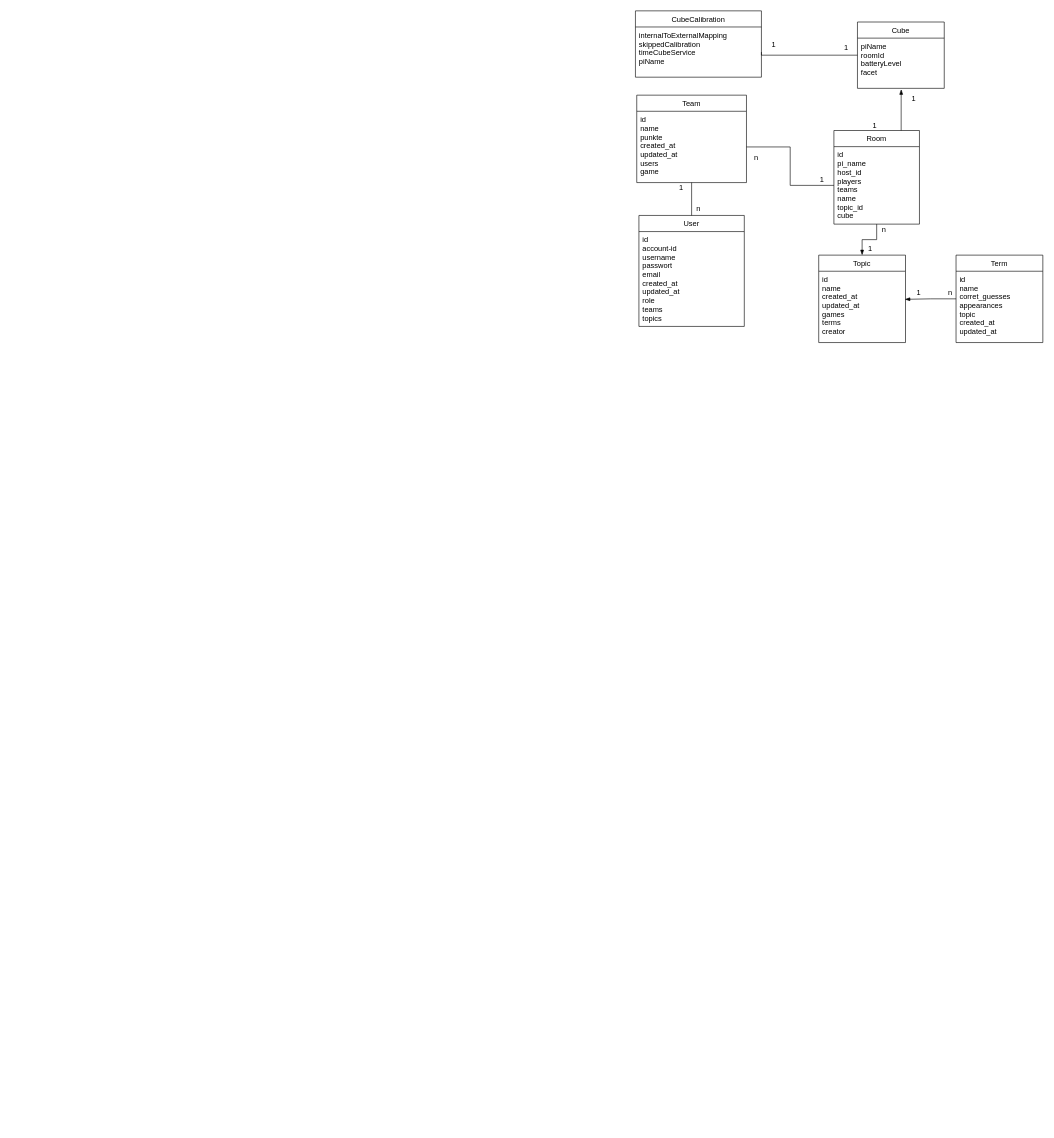
Earlier version of the draw.io diagram documentation/diagrams/class_diagram.drawio (BeyerMart/softwareEngineeringClass-timeGuessGame). Source tidied: cells renumbered, new cells numbered last; positions are measured from the earlier drawing's top-left corner, leaving out a move shared by most shapes. Both pictures are drawn from the tidied source at 62%, with x=0, y=0 at pixel (635, 11).
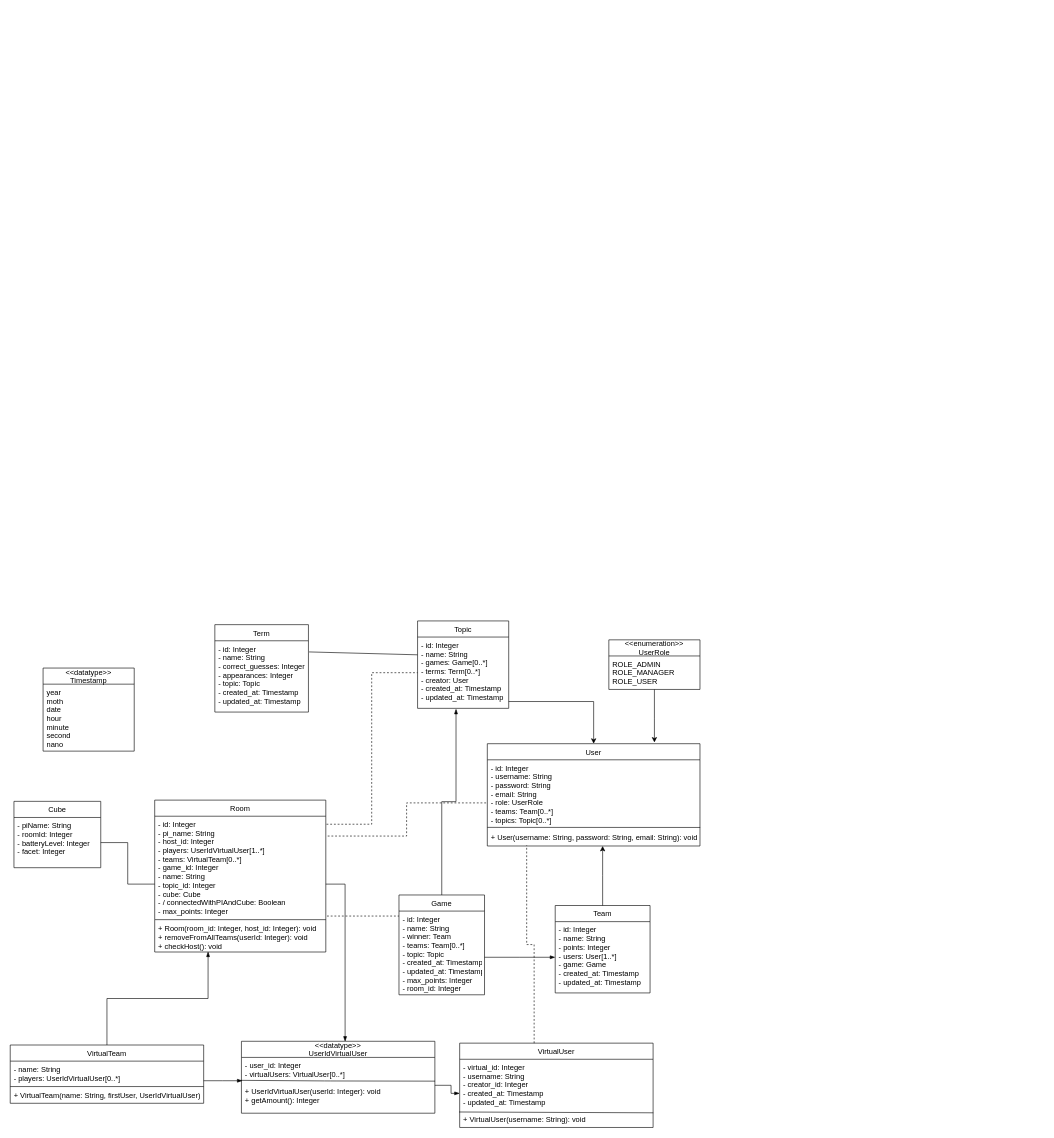
Above is the later version.

Commit message (it also covers changes not shown here):
Update concept class diagram

Diff of the diagram source:
```diff
@@
     <mxCell id="2" value="Team" style="swimlane;fontStyle=0;horizontal=1;startSize=26;fillColor=none;" parent="1" vertex="1">
-      <mxGeometry x="2.5" y="136" width="177" height="141" as="geometry" />
+      <mxGeometry x="-129" y="1443" width="153" height="141" as="geometry" />
     </mxCell>
-    <mxCell id="3" value="id&#10;name&#10;punkte&#10;created_at&#10;updated_at&#10;users&#10;game&#10;" style="text;strokeColor=none;fillColor=none;align=left;verticalAlign=top;spacingLeft=4;spacingRight=4;overflow=hidden;points=[[0,0.5],[1,0.5]];portConstraint=eastwest;" parent="2" vertex="1">
-      <mxGeometry y="26" width="177" height="115" as="geometry" />
+    <mxCell id="3" value="- id: Integer&#10;- name: String&#10;- points: Integer&#10;- users: User[1..*]&#10;- game: Game&#10;- created_at: Timestamp&#10;- updated_at: Timestamp&#10;" style="text;strokeColor=none;fillColor=none;align=left;verticalAlign=top;spacingLeft=4;spacingRight=4;overflow=hidden;points=[[0,0.5],[1,0.5]];portConstraint=eastwest;" parent="2" vertex="1">
+      <mxGeometry y="26" width="153" height="115" as="geometry" />
     </mxCell>
-    <mxCell id="4" style="edgeStyle=orthogonalEdgeStyle;rounded=0;jettySize=auto;html=1;entryX=0.5;entryY=1;entryDx=0;entryDy=0;entryPerimeter=0;endArrow=none;endFill=0;" parent="1" edge="1" source="5" target="3">
-      <mxGeometry relative="1" as="geometry" />
-    </mxCell>
     <mxCell id="5" value="User" style="swimlane;fontStyle=0;horizontal=1;startSize=26;fillColor=none;" parent="1" vertex="1">
-      <mxGeometry x="6" y="330" width="170" height="179" as="geometry" />
+      <mxGeometry x="-238.5" y="1182" width="343" height="165" as="geometry" />
     </mxCell>
-    <mxCell id="6" value="id&#10;account-id&#10;username&#10;passwort&#10;email&#10;created_at&#10;updated_at&#10;role&#10;teams&#10;topics&#10;&#10;&#10;&#10;" style="text;strokeColor=none;fillColor=none;align=left;verticalAlign=top;spacingLeft=4;spacingRight=4;overflow=hidden;points=[[0,0.5],[1,0.5]];portConstraint=eastwest;" parent="5" vertex="1">
-      <mxGeometry y="26" width="170" height="153" as="geometry" />
+    <mxCell id="6" value="- id: Integer&#10;- username: String&#10;- password: String&#10;- email: String&#10;- role: UserRole&#10;- teams: Team[0..*]&#10;- topics: Topic[0..*]&#10;&#10;+ User(username: String, password: String, email: String): void" style="text;strokeColor=none;fillColor=none;align=left;verticalAlign=top;spacingLeft=4;spacingRight=4;overflow=hidden;points=[[0,0.5],[1,0.5]];portConstraint=eastwest;" parent="5" vertex="1">
+      <mxGeometry y="26" width="343" height="139" as="geometry" />
     </mxCell>
-    <mxCell id="7" style="edgeStyle=orthogonalEdgeStyle;rounded=0;jettySize=auto;html=1;entryX=0.504;entryY=1.02;entryDx=0;entryDy=0;entryPerimeter=0;endArrow=blockThin;endFill=1;" parent="1" edge="1" source="9" target="15">
-      <mxGeometry relative="1" as="geometry">
-        <Array as="points">
-          <mxPoint x="429" y="142" />
-          <mxPoint x="429" y="142" />
-        </Array>
-      </mxGeometry>
-    </mxCell>
-    <mxCell id="8" style="edgeStyle=orthogonalEdgeStyle;rounded=0;jettySize=auto;html=1;entryX=0.5;entryY=0;entryDx=0;entryDy=0;endArrow=blockThin;endFill=1;" parent="1" edge="1" source="9" target="11">
-      <mxGeometry relative="1" as="geometry" />
-    </mxCell>
+    <mxCell id="34" style="endArrow=none;html=1;exitX=0.002;exitY=0.693;exitDx=0;exitDy=0;exitPerimeter=0;entryX=1.001;entryY=0.785;entryDx=0;entryDy=0;entryPerimeter=0;" parent="5" edge="1" target="6">
+      <mxGeometry relative="1" as="geometry">
+        <mxPoint y="135" as="sourcePoint" />
+      </mxGeometry>
+    </mxCell>
     <mxCell id="9" value="Room" style="swimlane;fontStyle=0;horizontal=1;startSize=26;fillColor=none;" parent="1" vertex="1">
-      <mxGeometry x="320.5" y="193" width="138" height="151" as="geometry" />
+      <mxGeometry x="-775" y="1273" width="276" height="245" as="geometry" />
     </mxCell>
-    <mxCell id="10" value="id&#10;pi_name&#10;host_id&#10;players&#10;teams&#10;name&#10;topic_id&#10;cube&#10;" style="text;strokeColor=none;fillColor=none;align=left;verticalAlign=top;spacingLeft=4;spacingRight=4;overflow=hidden;points=[[0,0.5],[1,0.5]];portConstraint=eastwest;" parent="9" vertex="1">
-      <mxGeometry y="26" width="138" height="125" as="geometry" />
+    <mxCell id="10" value="- id: Integer&#10;- pi_name: String&#10;- host_id: Integer&#10;- players: UserIdVirtualUser[1..*]&#10;- teams: VirtualTeam[0..*]&#10;- game_id: Integer&#10;- name: String&#10;- topic_id: Integer&#10;- cube: Cube&#10;- / connectedWithPIAndCube: Boolean&#10;- max_points: Integer&#10;&#10;+ Room(room_id: Integer, host_id: Integer): void&#10;+ removeFromAllTeams(userId: Integer): void&#10;+ checkHost(): void&#10;&#10;" style="text;strokeColor=none;fillColor=none;align=left;verticalAlign=top;spacingLeft=4;spacingRight=4;overflow=hidden;points=[[0,0.5],[1,0.5]];portConstraint=eastwest;" parent="9" vertex="1">
+      <mxGeometry y="26" width="276" height="219" as="geometry" />
     </mxCell>
+    <mxCell id="35" style="endArrow=none;html=1;exitX=0.002;exitY=0.693;exitDx=0;exitDy=0;exitPerimeter=0;entryX=1;entryY=0.693;entryDx=0;entryDy=0;entryPerimeter=0;" parent="9" edge="1">
+      <mxGeometry relative="1" as="geometry">
+        <mxPoint x="0.6" y="192.8" as="sourcePoint" />
+        <mxPoint x="276" y="192.8" as="targetPoint" />
+      </mxGeometry>
+    </mxCell>
     <mxCell id="11" value="Topic" style="swimlane;fontStyle=0;horizontal=1;startSize=26;fillColor=none;" parent="1" vertex="1">
-      <mxGeometry x="296" y="394" width="140" height="141" as="geometry" />
+      <mxGeometry x="-351" y="984" width="147" height="141" as="geometry" />
     </mxCell>
-    <mxCell id="12" value="id&#10;name&#10;created_at&#10;updated_at&#10;games&#10;terms&#10;creator&#10;" style="text;strokeColor=none;fillColor=none;align=left;verticalAlign=top;spacingLeft=4;spacingRight=4;overflow=hidden;points=[[0,0.5],[1,0.5]];portConstraint=eastwest;" parent="11" vertex="1">
-      <mxGeometry y="26" width="140" height="115" as="geometry" />
+    <mxCell id="12" value="- id: Integer&#10;- name: String&#10;- games: Game[0..*]&#10;- terms: Term[0..*]&#10;- creator: User&#10;- created_at: Timestamp&#10;- updated_at: Timestamp&#10;" style="text;strokeColor=none;fillColor=none;align=left;verticalAlign=top;spacingLeft=4;spacingRight=4;overflow=hidden;points=[[0,0.5],[1,0.5]];portConstraint=eastwest;" parent="11" vertex="1">
+      <mxGeometry y="26" width="147" height="115" as="geometry" />
     </mxCell>
-    <mxCell id="13" style="edgeStyle=orthogonalEdgeStyle;rounded=0;jettySize=auto;html=1;entryX=1;entryY=0.5;entryDx=0;entryDy=0;endArrow=none;endFill=0;" parent="1" edge="1" source="14" target="20">
-      <mxGeometry relative="1" as="geometry">
-        <Array as="points">
-          <mxPoint x="204" y="72" />
-        </Array>
-      </mxGeometry>
-    </mxCell>
     <mxCell id="14" value="Cube" style="swimlane;fontStyle=0;horizontal=1;startSize=26;fillColor=none;" parent="1" vertex="1">
-      <mxGeometry x="358.5" y="18" width="140" height="107" as="geometry" />
+      <mxGeometry x="-1002" y="1275" width="140" height="107" as="geometry" />
     </mxCell>
-    <mxCell id="15" value="piName&#10;roomId&#10;batteryLevel&#10;facet&#10;&#10;" style="text;strokeColor=none;fillColor=none;align=left;verticalAlign=top;spacingLeft=4;spacingRight=4;overflow=hidden;points=[[0,0.5],[1,0.5]];portConstraint=eastwest;" parent="14" vertex="1">
+    <mxCell id="15" value="- piName: String&#10;- roomId: Integer&#10;- batteryLevel: Integer&#10;- facet: Integer&#10;" style="text;strokeColor=none;fillColor=none;align=left;verticalAlign=top;spacingLeft=4;spacingRight=4;overflow=hidden;points=[[0,0.5],[1,0.5]];portConstraint=eastwest;" parent="14" vertex="1">
       <mxGeometry y="26" width="140" height="81" as="geometry" />
     </mxCell>
-    <mxCell id="16" style="edgeStyle=orthogonalEdgeStyle;rounded=0;jettySize=auto;html=1;entryX=0.993;entryY=0.394;entryDx=0;entryDy=0;entryPerimeter=0;endArrow=blockThin;endFill=1;" parent="1" edge="1" source="17" target="12">
-      <mxGeometry relative="1" as="geometry" />
-    </mxCell>
     <mxCell id="17" value="Term" style="swimlane;fontStyle=0;horizontal=1;startSize=26;fillColor=none;" parent="1" vertex="1">
-      <mxGeometry x="517.5" y="394" width="140" height="141" as="geometry" />
+      <mxGeometry x="-678" y="990" width="151" height="141" as="geometry" />
     </mxCell>
-    <mxCell id="18" value="id&#10;name&#10;corret_guesses&#10;appearances&#10;topic&#10;created_at&#10;updated_at" style="text;strokeColor=none;fillColor=none;align=left;verticalAlign=top;spacingLeft=4;spacingRight=4;overflow=hidden;" parent="17" vertex="1">
-      <mxGeometry y="26" width="140" height="115" as="geometry" />
+    <mxCell id="18" value="- id: Integer&#10;- name: String&#10;- correct_guesses: Integer&#10;- appearances: Integer&#10;- topic: Topic&#10;- created_at: Timestamp&#10;- updated_at: Timestamp" style="text;strokeColor=none;fillColor=none;align=left;verticalAlign=top;spacingLeft=4;spacingRight=4;overflow=hidden;" parent="17" vertex="1">
+      <mxGeometry y="26" width="151" height="115" as="geometry" />
     </mxCell>
-    <mxCell id="19" value="CubeCalibration" style="swimlane;fontStyle=0;horizontal=1;startSize=26;fillColor=none;" parent="1" vertex="1">
-      <mxGeometry x="0.4" width="203.2" height="107" as="geometry" />
-    </mxCell>
-    <mxCell id="20" value="internalToExternalMapping&#10;skippedCalibration&#10;timeCubeService&#10;piName" style="text;strokeColor=none;fillColor=none;align=left;verticalAlign=top;spacingLeft=4;spacingRight=4;overflow=hidden;points=[[0,0.5],[1,0.5]];portConstraint=eastwest;" parent="19" vertex="1">
-      <mxGeometry y="26" width="203.2" height="81" as="geometry" />
-    </mxCell>
-    <mxCell id="21" value="n" style="text;html=1;align=center;verticalAlign=middle;" parent="1" vertex="1">
-      <mxGeometry x="92" y="310" width="20" height="20" as="geometry" />
-    </mxCell>
-    <mxCell id="22" value="1" style="text;html=1;align=center;verticalAlign=middle;" parent="1" vertex="1">
-      <mxGeometry x="446.5" y="444" width="20" height="20" as="geometry" />
-    </mxCell>
-    <mxCell id="23" value="n" style="text;html=1;align=center;verticalAlign=middle;" parent="1" vertex="1">
-      <mxGeometry x="497.5" y="444" width="20" height="20" as="geometry" />
-    </mxCell>
-    <mxCell id="24" value="1" style="text;html=1;align=center;verticalAlign=middle;" parent="1" vertex="1">
-      <mxGeometry x="438.5" y="132" width="20" height="20" as="geometry" />
-    </mxCell>
-    <mxCell id="25" value="1" style="text;html=1;align=center;verticalAlign=middle;" parent="1" vertex="1">
-      <mxGeometry x="376" y="175" width="20" height="20" as="geometry" />
-    </mxCell>
-    <mxCell id="26" value="n" style="text;html=1;align=center;verticalAlign=middle;" parent="1" vertex="1">
-      <mxGeometry x="392" y="344" width="17" height="18" as="geometry" />
-    </mxCell>
-    <mxCell id="27" value="1" style="text;html=1;align=center;verticalAlign=middle;" parent="1" vertex="1">
-      <mxGeometry x="330" y="49" width="20" height="20" as="geometry" />
-    </mxCell>
-    <mxCell id="28" value="1" style="text;html=1;align=center;verticalAlign=middle;" parent="1" vertex="1">
-      <mxGeometry x="213" y="43.5" width="20" height="20" as="geometry" />
-    </mxCell>
-    <mxCell id="29" value="1" style="text;html=1;align=center;verticalAlign=middle;" parent="1" vertex="1">
-      <mxGeometry x="64" y="275" width="20" height="20" as="geometry" />
-    </mxCell>
-    <mxCell id="30" style="edgeStyle=orthogonalEdgeStyle;rounded=0;jettySize=auto;html=1;entryX=0;entryY=0.5;entryDx=0;entryDy=0;startArrow=none;startFill=0;endArrow=none;endFill=0;" parent="1" edge="1" source="3" target="10">
-      <mxGeometry relative="1" as="geometry" />
-    </mxCell>
-    <mxCell id="31" value="n" style="text;html=1;align=center;verticalAlign=middle;" parent="1" vertex="1">
-      <mxGeometry x="185" y="227" width="20" height="20" as="geometry" />
-    </mxCell>
-    <mxCell id="32" value="1" style="text;html=1;align=center;verticalAlign=middle;" parent="1" vertex="1">
-      <mxGeometry x="291" y="263" width="20" height="20" as="geometry" />
-    </mxCell>
-    <mxCell id="33" value="1" style="text;html=1;align=center;verticalAlign=middle;" parent="1" vertex="1">
-      <mxGeometry x="369" y="374" width="20" height="20" as="geometry" />
-    </mxCell>
+    <mxCell id="36" style="edgeStyle=orthogonalEdgeStyle;rounded=0;jettySize=auto;html=1;entryX=0.422;entryY=1.007;entryDx=0;entryDy=0;entryPerimeter=0;endArrow=blockThin;endFill=1;" parent="1" edge="1" source="37" target="12">
+      <mxGeometry relative="1" as="geometry" />
+    </mxCell>
+    <mxCell id="37" value="Game" style="swimlane;fontStyle=0;horizontal=1;startSize=26;fillColor=none;" parent="1" vertex="1">
+      <mxGeometry x="-381" y="1426" width="138" height="161" as="geometry" />
+    </mxCell>
+    <mxCell id="38" value="- id: Integer&#10;- name: String&#10;- winner: Team&#10;- teams: Team[0..*]&#10;- topic: Topic&#10;- created_at: Timestamp&#10;- updated_at: Timestamp&#10;- max_points: Integer&#10;- room_id: Integer" style="text;strokeColor=none;fillColor=none;align=left;verticalAlign=top;spacingLeft=4;spacingRight=4;overflow=hidden;points=[[0,0.5],[1,0.5]];portConstraint=eastwest;" parent="37" vertex="1">
+      <mxGeometry y="26" width="138" height="135" as="geometry" />
+    </mxCell>
+    <mxCell id="39" value="&lt;&lt;enumeration&gt;&gt;&#10;UserRole" style="swimlane;fontStyle=0;horizontal=1;startSize=26;fillColor=none;" parent="1" vertex="1">
+      <mxGeometry x="-42.5" y="1014.5" width="147" height="80" as="geometry" />
+    </mxCell>
+    <mxCell id="40" value="ROLE_ADMIN&#10;ROLE_MANAGER&#10;ROLE_USER" style="text;strokeColor=none;fillColor=none;align=left;verticalAlign=top;spacingLeft=4;spacingRight=4;overflow=hidden;points=[[0,0.5],[1,0.5]];portConstraint=eastwest;" parent="39" vertex="1">
+      <mxGeometry y="26" width="147" height="54" as="geometry" />
+    </mxCell>
+    <mxCell id="41" style="edgeStyle=orthogonalEdgeStyle;rounded=0;jettySize=auto;html=1;" parent="1" edge="1" source="40">
+      <mxGeometry relative="1" as="geometry">
+        <mxPoint x="31" y="1180" as="targetPoint" />
+        <Array as="points">
+          <mxPoint x="31" y="1142" />
+          <mxPoint x="31" y="1142" />
+        </Array>
+      </mxGeometry>
+    </mxCell>
+    <mxCell id="42" value="&lt;&lt;datatype&gt;&gt;&#10;Timestamp" style="swimlane;fontStyle=0;horizontal=1;startSize=26;fillColor=none;" parent="1" vertex="1">
+      <mxGeometry x="-955" y="1060" width="147" height="134" as="geometry" />
+    </mxCell>
+    <mxCell id="43" value="year&#10;moth&#10;date&#10;hour&#10;minute&#10;second&#10;nano" style="text;strokeColor=none;fillColor=none;align=left;verticalAlign=top;spacingLeft=4;spacingRight=4;overflow=hidden;" parent="42" vertex="1">
+      <mxGeometry y="26" width="147" height="108" as="geometry" />
+    </mxCell>
+    <mxCell id="44" style="edgeStyle=orthogonalEdgeStyle;rounded=0;jettySize=auto;html=1;entryX=0.312;entryY=0.997;entryDx=0;entryDy=0;entryPerimeter=0;endArrow=blockThin;endFill=1;" parent="1" edge="1" source="45" target="10">
+      <mxGeometry relative="1" as="geometry" />
+    </mxCell>
+    <mxCell id="45" value="VirtualTeam" style="swimlane;fontStyle=0;horizontal=1;startSize=26;fillColor=none;" parent="1" vertex="1">
+      <mxGeometry x="-1008" y="1668" width="312" height="94" as="geometry" />
+    </mxCell>
+    <mxCell id="46" value="- name: String&#10;- players: UserIdVirtualUser[0..*]&#10;&#10;+ VirtualTeam(name: String, firstUser, UserIdVirtualUser)" style="text;strokeColor=none;fillColor=none;align=left;verticalAlign=top;spacingLeft=4;spacingRight=4;overflow=hidden;points=[[0,0.5],[1,0.5]];portConstraint=eastwest;" parent="45" vertex="1">
+      <mxGeometry y="26" width="312" height="68" as="geometry" />
+    </mxCell>
+    <mxCell id="47" style="endArrow=none;html=1;exitX=0;exitY=0.5;exitDx=0;exitDy=0;entryX=1;entryY=0.5;entryDx=0;entryDy=0;" parent="45" edge="1">
+      <mxGeometry relative="1" as="geometry">
+        <mxPoint y="67" as="sourcePoint" />
+        <mxPoint x="312" y="67" as="targetPoint" />
+      </mxGeometry>
+    </mxCell>
+    <mxCell id="48" value="VirtualUser" style="swimlane;fontStyle=0;horizontal=1;startSize=26;fillColor=none;" parent="1" vertex="1">
+      <mxGeometry x="-283.1" y="1665" width="312" height="136" as="geometry" />
+    </mxCell>
+    <mxCell id="49" value="- virtual_id: Integer&#10;- username: String&#10;- creator_id: Integer&#10;- created_at: Timestamp&#10;- updated_at: Timestamp&#10;&#10;+ VirtualUser(username: String): void" style="text;strokeColor=none;fillColor=none;align=left;verticalAlign=top;spacingLeft=4;spacingRight=4;overflow=hidden;points=[[0,0.5],[1,0.5]];portConstraint=eastwest;" parent="48" vertex="1">
+      <mxGeometry y="26" width="312" height="110" as="geometry" />
+    </mxCell>
+    <mxCell id="50" style="endArrow=none;html=1;exitX=-0.003;exitY=0.773;exitDx=0;exitDy=0;exitPerimeter=0;entryX=1.001;entryY=0.785;entryDx=0;entryDy=0;entryPerimeter=0;" parent="48" edge="1" source="49" target="49">
+      <mxGeometry relative="1" as="geometry" />
+    </mxCell>
+    <mxCell id="51" value="&lt;&lt;datatype&gt;&gt;&#10;UserIdVirtualUser" style="swimlane;fontStyle=0;horizontal=1;startSize=26;fillColor=none;" parent="1" vertex="1">
+      <mxGeometry x="-635.1" y="1662" width="312" height="116" as="geometry" />
+    </mxCell>
+    <mxCell id="52" style="endArrow=none;html=1;exitX=-0.003;exitY=0.773;exitDx=0;exitDy=0;exitPerimeter=0;entryX=1.001;entryY=0.785;entryDx=0;entryDy=0;entryPerimeter=0;" parent="51" edge="1">
+      <mxGeometry relative="1" as="geometry">
+        <mxPoint x="-0.9" y="63" as="sourcePoint" />
+        <mxPoint x="312.3" y="64.3" as="targetPoint" />
+        <Array as="points">
+          <mxPoint x="144" y="64" />
+        </Array>
+      </mxGeometry>
+    </mxCell>
+    <mxCell id="53" value="- user_id: Integer&#10;- virtualUsers: VirtualUser[0..*]&#10;&#10;+ UserIdVirtualUser(userId: Integer): void&#10;+ getAmount(): Integer" style="text;strokeColor=none;fillColor=none;align=left;verticalAlign=top;spacingLeft=4;spacingRight=4;overflow=hidden;points=[[0,0.5],[1,0.5]];portConstraint=eastwest;" parent="51" vertex="1">
+      <mxGeometry y="26" width="312" height="90" as="geometry" />
+    </mxCell>
+    <mxCell id="54" style="edgeStyle=orthogonalEdgeStyle;rounded=0;jettySize=auto;html=1;exitX=0.5;exitY=0;exitDx=0;exitDy=0;" parent="1" edge="1" source="2" target="6">
+      <mxGeometry relative="1" as="geometry">
+        <Array as="points">
+          <mxPoint x="-52" y="1395" />
+          <mxPoint x="-52" y="1278" />
+        </Array>
+      </mxGeometry>
+    </mxCell>
+    <mxCell id="55" style="edgeStyle=orthogonalEdgeStyle;rounded=0;jettySize=auto;html=1;" parent="1" edge="1" source="12" target="5">
+      <mxGeometry relative="1" as="geometry">
+        <Array as="points">
+          <mxPoint x="-67" y="1114" />
+        </Array>
+      </mxGeometry>
+    </mxCell>
+    <mxCell id="56" style="endArrow=none;html=1;exitX=-0.001;exitY=0.249;exitDx=0;exitDy=0;exitPerimeter=0;" parent="1" edge="1" source="12">
+      <mxGeometry relative="1" as="geometry">
+        <mxPoint x="-526" y="1034" as="targetPoint" />
+      </mxGeometry>
+    </mxCell>
+    <mxCell id="57" style="edgeStyle=orthogonalEdgeStyle;rounded=0;jettySize=auto;html=1;endArrow=none;endFill=0;" parent="1" edge="1" source="10" target="15">
+      <mxGeometry relative="1" as="geometry" />
+    </mxCell>
+    <mxCell id="58" style="edgeStyle=orthogonalEdgeStyle;rounded=0;jettySize=auto;html=1;entryX=0;entryY=0.5;entryDx=0;entryDy=0;endArrow=blockThin;endFill=1;" parent="1" edge="1" source="38" target="3">
+      <mxGeometry relative="1" as="geometry">
+        <Array as="points">
+          <mxPoint x="-186" y="1527" />
+        </Array>
+      </mxGeometry>
+    </mxCell>
+    <mxCell id="59" style="edgeStyle=orthogonalEdgeStyle;rounded=0;jettySize=auto;html=1;entryX=0.005;entryY=0.418;entryDx=0;entryDy=0;entryPerimeter=0;endArrow=blockThin;endFill=1;" parent="1" edge="1" source="46" target="53">
+      <mxGeometry relative="1" as="geometry">
+        <Array as="points">
+          <mxPoint x="-666" y="1726" />
+        </Array>
+      </mxGeometry>
+    </mxCell>
+    <mxCell id="60" style="edgeStyle=orthogonalEdgeStyle;rounded=0;jettySize=auto;html=1;entryX=0;entryY=0.5;entryDx=0;entryDy=0;endArrow=blockThin;endFill=1;" parent="1" edge="1" source="53" target="49">
+      <mxGeometry relative="1" as="geometry">
+        <Array as="points">
+          <mxPoint x="-297" y="1733" />
+          <mxPoint x="-297" y="1746" />
+        </Array>
+      </mxGeometry>
+    </mxCell>
+    <mxCell id="61" style="edgeStyle=orthogonalEdgeStyle;rounded=0;orthogonalLoop=1;jettySize=auto;html=1;endArrow=none;endFill=0;exitX=1.014;exitY=0.735;exitDx=0;exitDy=0;exitPerimeter=0;dashed=1;" parent="1" edge="1">
+      <mxGeometry relative="1" as="geometry">
+        <mxPoint x="-497.1" y="1460" as="sourcePoint" />
+        <mxPoint x="-381" y="1460" as="targetPoint" />
+      </mxGeometry>
+    </mxCell>
+    <mxCell id="62" style="edgeStyle=orthogonalEdgeStyle;rounded=0;jettySize=auto;html=1;endArrow=none;endFill=0;exitX=1.011;exitY=0.146;exitDx=0;exitDy=0;exitPerimeter=0;dashed=1;" parent="1" edge="1" source="10" target="6">
+      <mxGeometry relative="1" as="geometry" />
+    </mxCell>
+    <mxCell id="63" style="edgeStyle=orthogonalEdgeStyle;rounded=0;jettySize=auto;html=1;endArrow=none;endFill=0;exitX=1.004;exitY=0.059;exitDx=0;exitDy=0;exitPerimeter=0;dashed=1;entryX=0;entryY=0.5;entryDx=0;entryDy=0;" parent="1" edge="1" source="10" target="12">
+      <mxGeometry relative="1" as="geometry" />
+    </mxCell>
+    <mxCell id="64" style="edgeStyle=orthogonalEdgeStyle;rounded=0;jettySize=auto;html=1;endArrow=none;endFill=0;exitX=0.385;exitY=0;exitDx=0;exitDy=0;exitPerimeter=0;dashed=1;entryX=0.185;entryY=0.993;entryDx=0;entryDy=0;entryPerimeter=0;" parent="1" edge="1" source="48" target="6">
+      <mxGeometry relative="1" as="geometry" />
+    </mxCell>
+    <mxCell id="65" style="edgeStyle=orthogonalEdgeStyle;rounded=0;jettySize=auto;html=1;entryX=0.536;entryY=0.004;entryDx=0;entryDy=0;entryPerimeter=0;endArrow=blockThin;endFill=1;" parent="1" edge="1" source="10" target="51">
+      <mxGeometry relative="1" as="geometry" />
+    </mxCell>
```
